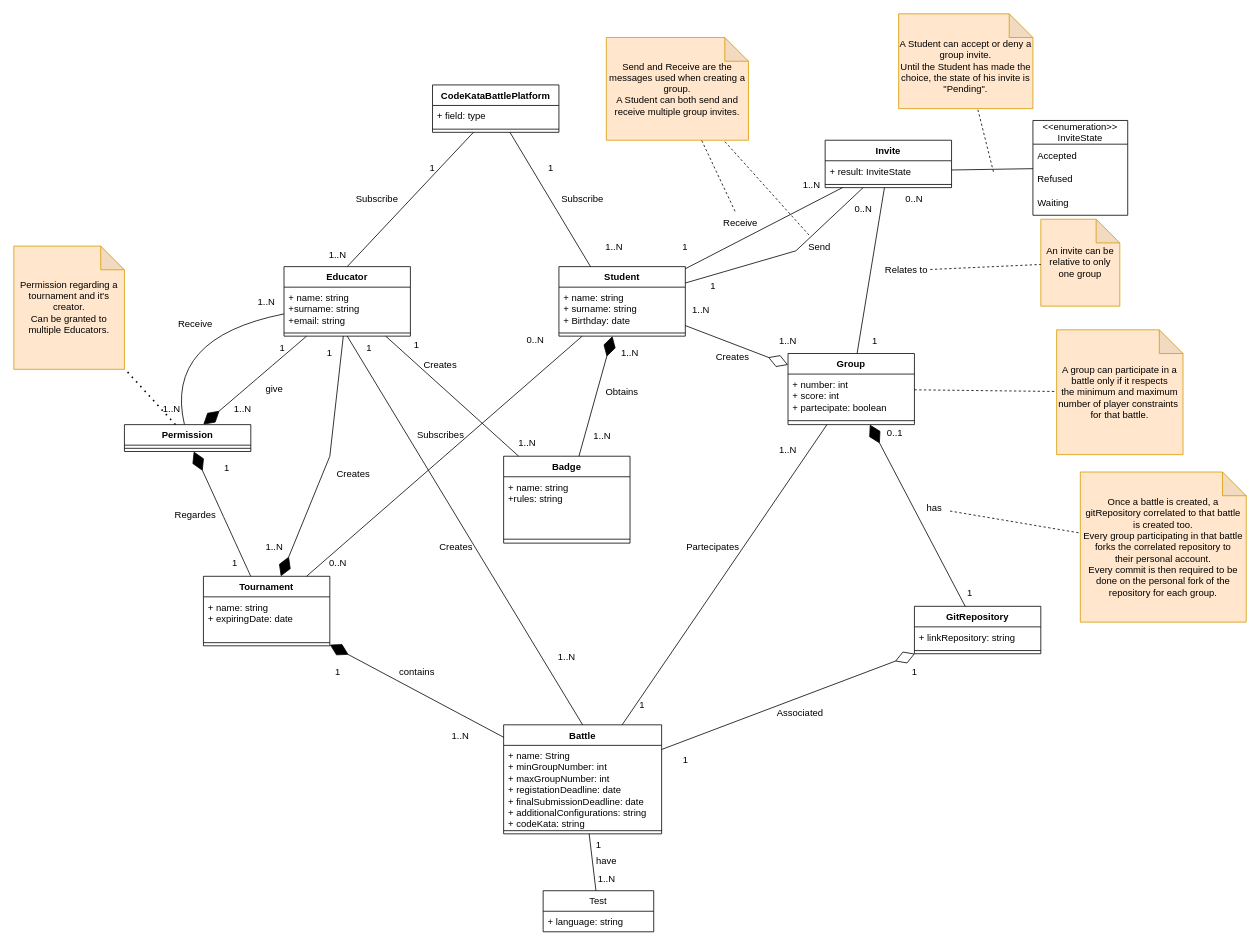
Earlier version of the draw.io diagram RASDwip/ExtraFiles/Drawio/ClassDiagram/ClassDiagram.drawio (francescospangaro/SpangaroTosettiRiccardi). Source tidied: cells renumbered, new cells numbered last; positions are measured from the earlier drawing's top-left corner, leaving out a move shared by most shapes. Both pictures are drawn from the tidied source at 79%, with x=0, y=0 at pixel (13, 13).
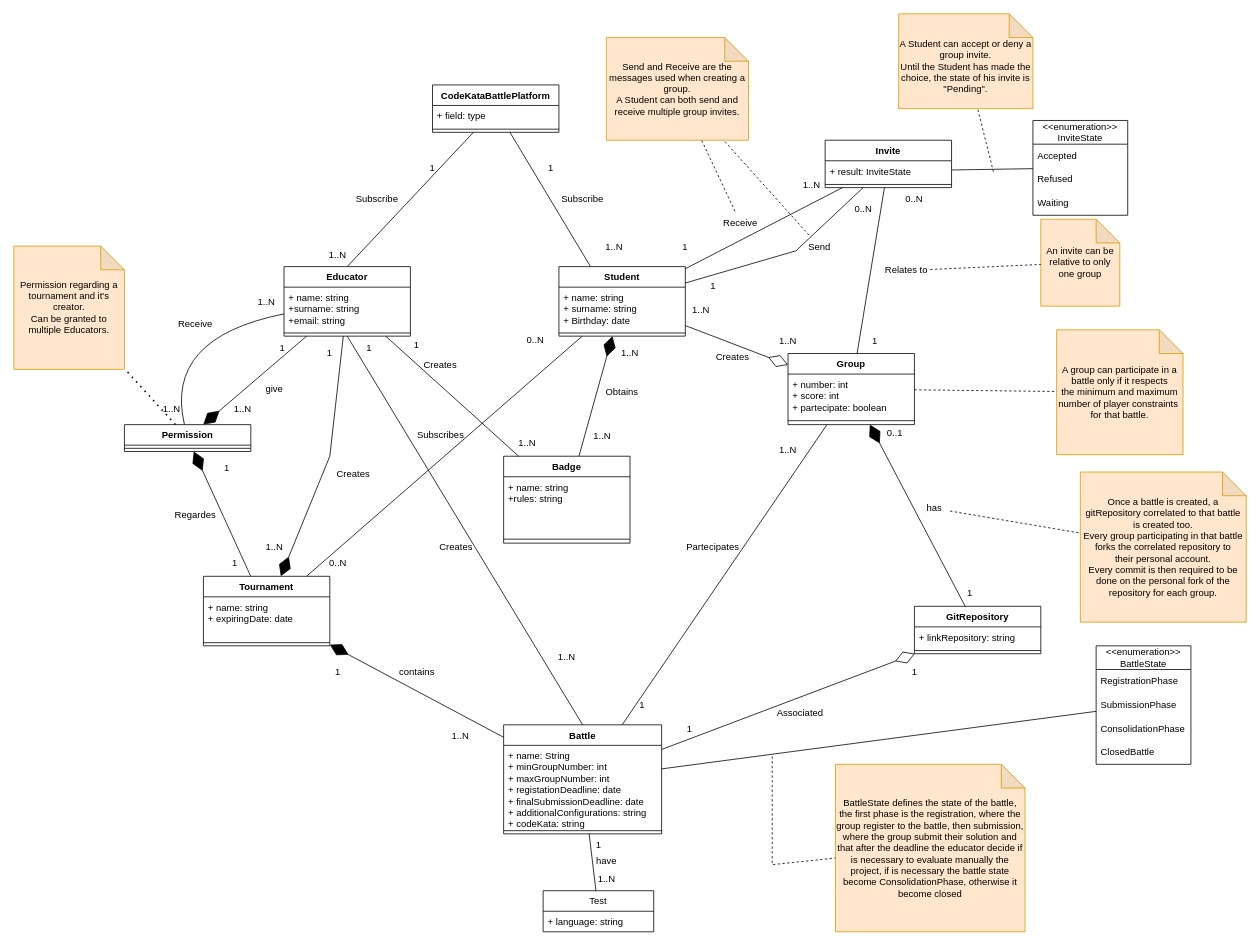
After the change.

Commit message (it also covers changes not shown here):
Added enum of BattleState and InviteState. Updated classDiagram

Unchanged cells that the change refers to:
```xml
<mxCell id="28" value="Battle&lt;br&gt;" style="swimlane;fontStyle=1;align=center;verticalAlign=top;horizontal=1;startSize=26;whiteSpace=wrap;html=1;" parent="1" vertex="1">
  <mxGeometry x="620" y="900" width="200" height="138" as="geometry" />
</mxCell>
```

The edit, as a diff of the source:
```diff
@@
     <mxCell id="73" value="1" style="text;html=1;align=center;verticalAlign=middle;strokeColor=none;fillColor=none;" parent="1" vertex="1">
-      <mxGeometry x="835" y="930" width="30" height="30" as="geometry" />
+      <mxGeometry x="840" y="890" width="30" height="30" as="geometry" />
     </mxCell>
@@
+    <mxCell id="127" value="&amp;lt;&amp;lt;enumeration&amp;gt;&amp;gt;&lt;br&gt;BattleState" style="swimlane;fontStyle=0;horizontal=1;startSize=30;whiteSpace=wrap;html=1;" parent="1" vertex="1">
+      <mxGeometry x="1370" y="800" width="120" height="150" as="geometry" />
+    </mxCell>
+    <mxCell id="128" value="RegistrationPhase" style="text;strokeColor=none;fillColor=none;align=left;verticalAlign=middle;spacingLeft=4;spacingRight=4;overflow=hidden;whiteSpace=wrap;html=1;" parent="127" vertex="1">
+      <mxGeometry y="30" width="120" height="30" as="geometry" />
+    </mxCell>
+    <mxCell id="129" value="SubmissionPhase" style="text;strokeColor=none;fillColor=none;align=left;verticalAlign=middle;spacingLeft=4;spacingRight=4;overflow=hidden;whiteSpace=wrap;html=1;" parent="127" vertex="1">
+      <mxGeometry y="60" width="120" height="30" as="geometry" />
+    </mxCell>
+    <mxCell id="130" value="ConsolidationPhase" style="text;strokeColor=none;fillColor=none;align=left;verticalAlign=middle;spacingLeft=4;spacingRight=4;overflow=hidden;whiteSpace=wrap;html=1;" parent="127" vertex="1">
+      <mxGeometry y="90" width="120" height="30" as="geometry" />
+    </mxCell>
+    <mxCell id="131" value="ClosedBattle" style="text;strokeColor=none;fillColor=none;align=left;verticalAlign=middle;spacingLeft=4;spacingRight=4;overflow=hidden;whiteSpace=wrap;html=1;" parent="127" vertex="1">
+      <mxGeometry y="120" width="120" height="30" as="geometry" />
+    </mxCell>
+    <mxCell id="132" style="endArrow=none;html=1;rounded=0;" parent="1" edge="1" source="28" target="127">
+      <mxGeometry relative="1" as="geometry" />
+    </mxCell>
+    <mxCell id="133" value="BattleState defines the state of the battle, the first phase is the registration, where the group register to the battle, then submission, where the group submit their solution and that after the deadline the educator decide if is necessary to evaluate manually the project, if is necessary the battle state become ConsolidationPhase, otherwise it become closed" style="shape=note;whiteSpace=wrap;html=1;backgroundOutline=1;darkOpacity=0.05;fillColor=#ffe6cc;strokeColor=#d79b00;" parent="1" vertex="1">
+      <mxGeometry x="1040" y="950" width="240" height="212" as="geometry" />
+    </mxCell>
+    <mxCell id="134" style="endArrow=none;dashed=1;html=1;rounded=0;" parent="1" edge="1" target="133">
+      <mxGeometry relative="1" as="geometry">
+        <mxPoint x="960" y="940" as="sourcePoint" />
+        <Array as="points">
+          <mxPoint x="960" y="1077" />
+        </Array>
+      </mxGeometry>
+    </mxCell>
```
